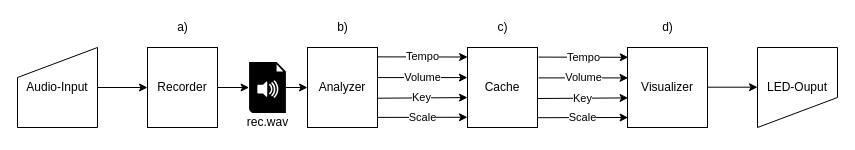
This is graphics/Architektur.drawio from r-grun/music-visualization, a draw.io file, before an edit. Source tidied: cells renumbered, new cells numbered last; positions are measured from the earlier drawing's top-left corner, leaving out a move shared by most shapes. Both pictures are drawn from the tidied source at 100%, with x=0, y=0 at pixel (17, 17).
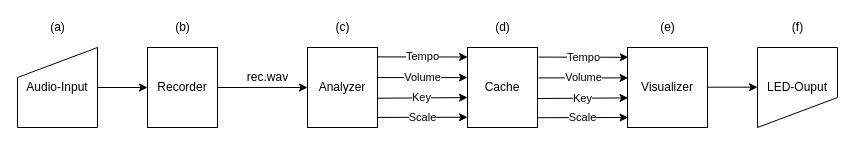
The same page after the edit.

The change refers to these unchanged cells:
```xml
<mxCell id="6" value="Recorder" style="rounded=0;whiteSpace=wrap;html=1;fillColor=none;gradientColor=none;" parent="1" vertex="1">
  <mxGeometry x="130" y="30" width="70" height="80" as="geometry" />
</mxCell>
<mxCell id="8" value="Analyzer" style="rounded=0;whiteSpace=wrap;html=1;fillColor=none;gradientColor=none;" parent="1" vertex="1">
  <mxGeometry x="290" y="30" width="70" height="80" as="geometry" />
</mxCell>
```

Change to the diagram source:
```diff
@@
-    <mxCell id="3" style="shadow=0;dashed=0;html=1;strokeColor=none;fillColor=#000000;labelPosition=center;verticalLabelPosition=bottom;verticalAlign=top;align=center;outlineConnect=0;shape=mxgraph.veeam.audio_file;" parent="1" vertex="1">
-      <mxGeometry x="231.6" y="44.6" width="36.8" height="50.8" as="geometry" />
-    </mxCell>
@@
     <mxCell id="5" value="rec.wav" style="text;html=1;align=center;verticalAlign=middle;strokeColor=none;fillColor=none;" parent="1" vertex="1">
-      <mxGeometry x="220" y="95.4" width="60" height="20" as="geometry" />
+      <mxGeometry x="220" y="50" width="60" height="20" as="geometry" />
     </mxCell>
@@
-    <mxCell id="7" style="endArrow=classic;html=1;rounded=0;exitX=1;exitY=0.5;exitDx=0;exitDy=0;" parent="1" edge="1" source="6" target="3">
+    <mxCell id="7" style="endArrow=classic;html=1;rounded=0;exitX=1;exitY=0.5;exitDx=0;exitDy=0;entryX=0;entryY=0.5;entryDx=0;entryDy=0;" parent="1" edge="1" source="6" target="8">
       <mxGeometry relative="1" as="geometry" />
     </mxCell>
@@
-    <mxCell id="9" style="endArrow=classic;html=1;rounded=0;" parent="1" edge="1" source="3" target="8">
-      <mxGeometry relative="1" as="geometry" />
-    </mxCell>
@@
-    <mxCell id="22" value="b)" style="text;html=1;align=center;verticalAlign=middle;strokeColor=none;fillColor=none;" parent="1" vertex="1">
+    <mxCell id="22" value="(c)" style="text;html=1;align=center;verticalAlign=middle;strokeColor=none;fillColor=none;" parent="1" vertex="1">
       <mxGeometry x="310" width="30" height="20" as="geometry" />
     </mxCell>
-    <mxCell id="23" value="a)" style="text;html=1;align=center;verticalAlign=middle;strokeColor=none;fillColor=none;" parent="1" vertex="1">
+    <mxCell id="23" value="(b)" style="text;html=1;align=center;verticalAlign=middle;strokeColor=none;fillColor=none;" parent="1" vertex="1">
       <mxGeometry x="150" width="30" height="20" as="geometry" />
     </mxCell>
-    <mxCell id="24" value="c)" style="text;html=1;align=center;verticalAlign=middle;strokeColor=none;fillColor=none;" parent="1" vertex="1">
+    <mxCell id="24" value="(d)" style="text;html=1;align=center;verticalAlign=middle;strokeColor=none;fillColor=none;" parent="1" vertex="1">
       <mxGeometry x="470" width="30" height="20" as="geometry" />
     </mxCell>
-    <mxCell id="25" value="d)" style="text;html=1;align=center;verticalAlign=middle;strokeColor=none;fillColor=none;" parent="1" vertex="1">
+    <mxCell id="25" value="(e)" style="text;html=1;align=center;verticalAlign=middle;strokeColor=none;fillColor=none;" parent="1" vertex="1">
       <mxGeometry x="635" width="30" height="20" as="geometry" />
     </mxCell>
+    <mxCell id="26" value="(a)" style="text;html=1;align=center;verticalAlign=middle;strokeColor=none;fillColor=none;" parent="1" vertex="1">
+      <mxGeometry x="25" width="30" height="20" as="geometry" />
+    </mxCell>
+    <mxCell id="27" value="(f)" style="text;html=1;align=center;verticalAlign=middle;strokeColor=none;fillColor=none;" parent="1" vertex="1">
+      <mxGeometry x="765" width="30" height="20" as="geometry" />
+    </mxCell>
```
